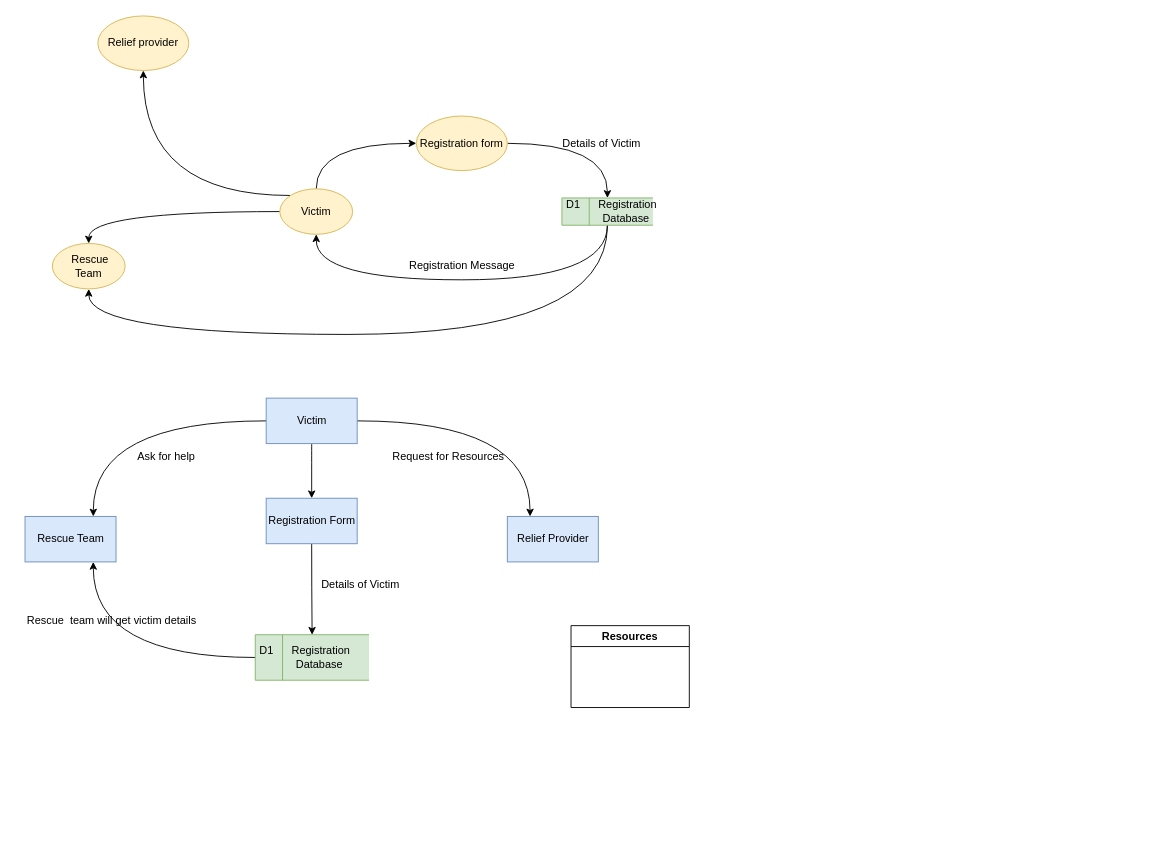
Before: Untitled Diagram.drawio in ShubhamJejurkar98/Repository1, a draw.io diagram. Source tidied: cells renumbered, new cells numbered last; positions are measured from the earlier drawing's top-left corner, leaving out a move shared by most shapes. Both pictures are drawn from the tidied source at 91%, with x=0, y=0 at pixel (15, 15).
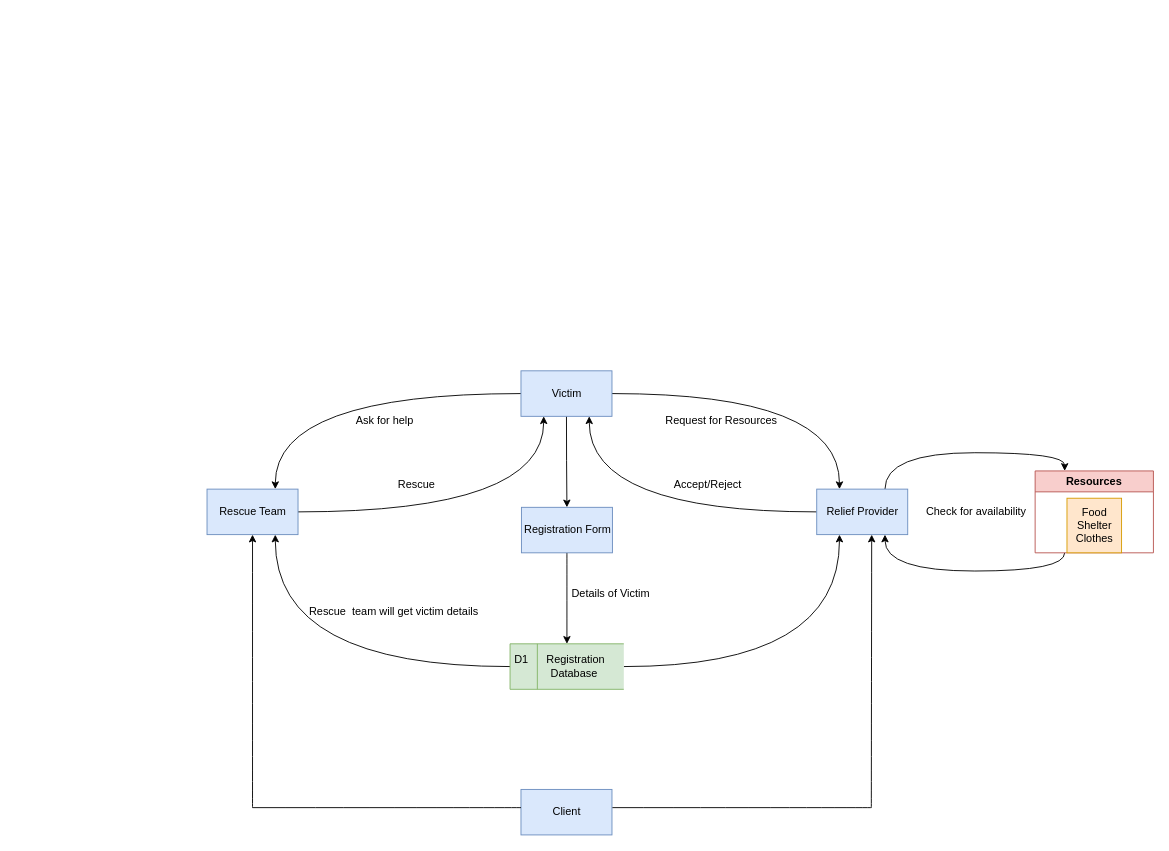
The same page after the edit.

Diff of the diagram source:
```diff
@@
-    <mxCell id="2" style="edgeStyle=orthogonalEdgeStyle;curved=1;rounded=0;jettySize=auto;html=1;exitX=0.5;exitY=0;exitDx=0;exitDy=0;entryX=0;entryY=0.5;entryDx=0;entryDy=0;" parent="1" edge="1" source="5" target="10">
-      <mxGeometry relative="1" as="geometry" />
-    </mxCell>
-    <mxCell id="3" style="edgeStyle=orthogonalEdgeStyle;curved=1;rounded=0;jettySize=auto;html=1;entryX=0.5;entryY=0;entryDx=0;entryDy=0;" parent="1" edge="1" source="5" target="13">
-      <mxGeometry relative="1" as="geometry" />
-    </mxCell>
-    <mxCell id="4" style="edgeStyle=orthogonalEdgeStyle;curved=1;rounded=0;jettySize=auto;html=1;exitX=0;exitY=0;exitDx=0;exitDy=0;entryX=1;entryY=0.5;entryDx=0;entryDy=0;" parent="1" edge="1" source="5">
-      <mxGeometry relative="1" as="geometry">
-        <mxPoint x="140" y="60" as="targetPoint" />
-      </mxGeometry>
-    </mxCell>
-    <mxCell id="5" value="Victim" style="ellipse;whiteSpace=wrap;html=1;fillColor=#fff2cc;strokeColor=#d6b656;" parent="1" vertex="1">
-      <mxGeometry x="290" y="190" width="80" height="50" as="geometry" />
-    </mxCell>
-    <mxCell id="6" style="edgeStyle=orthogonalEdgeStyle;curved=1;rounded=0;jettySize=auto;html=1;exitX=0.5;exitY=1;exitDx=0;exitDy=0;entryX=0.5;entryY=1;entryDx=0;entryDy=0;" parent="1" edge="1" source="8" target="5">
-      <mxGeometry relative="1" as="geometry">
-        <Array as="points">
-          <mxPoint x="650" y="290" />
-          <mxPoint x="330" y="290" />
-        </Array>
-      </mxGeometry>
-    </mxCell>
-    <mxCell id="7" style="edgeStyle=orthogonalEdgeStyle;curved=1;rounded=0;jettySize=auto;html=1;entryX=0.5;entryY=1;entryDx=0;entryDy=0;" parent="1" edge="1" target="13">
-      <mxGeometry relative="1" as="geometry">
-        <mxPoint x="650" y="230" as="sourcePoint" />
-        <Array as="points">
-          <mxPoint x="650" y="350" />
-          <mxPoint x="80" y="350" />
-        </Array>
-      </mxGeometry>
-    </mxCell>
-    <mxCell id="8" value="D1&amp;nbsp; &amp;nbsp; &amp;nbsp; Registration&lt;br&gt;&amp;nbsp; &amp;nbsp; &amp;nbsp; &amp;nbsp; &amp;nbsp; &amp;nbsp; Database" style="html=1;dashed=0;whitespace=wrap;shape=mxgraph.dfd.dataStoreID;align=left;spacingLeft=3;points=[[0,0],[0.5,0],[1,0],[0,0.5],[1,0.5],[0,1],[0.5,1],[1,1]];fillColor=#d5e8d4;strokeColor=#82b366;" parent="1" vertex="1">
-      <mxGeometry x="600" y="200" width="100" height="30" as="geometry" />
-    </mxCell>
-    <mxCell id="9" style="edgeStyle=orthogonalEdgeStyle;curved=1;rounded=0;jettySize=auto;html=1;exitX=1;exitY=0.5;exitDx=0;exitDy=0;entryX=0.5;entryY=0;entryDx=0;entryDy=0;" parent="1" edge="1" source="10" target="8">
-      <mxGeometry relative="1" as="geometry" />
-    </mxCell>
-    <mxCell id="10" value="Registration form" style="ellipse;whiteSpace=wrap;html=1;fillColor=#fff2cc;strokeColor=#d6b656;" parent="1" vertex="1">
-      <mxGeometry x="440" y="110" width="100" height="60" as="geometry" />
-    </mxCell>
-    <mxCell id="11" value="Details of Victim&amp;nbsp;" style="text;html=1;align=center;verticalAlign=middle;fillColor=none;strokeColor=none;rounded=0;" parent="1" vertex="1">
-      <mxGeometry x="590" y="125" width="110" height="30" as="geometry" />
-    </mxCell>
-    <mxCell id="12" value="Registration Message" style="text;html=1;align=center;verticalAlign=middle;fillColor=none;strokeColor=none;rounded=0;" parent="1" vertex="1">
-      <mxGeometry x="420" y="260" width="140" height="30" as="geometry" />
-    </mxCell>
-    <mxCell id="13" value="&amp;nbsp; Rescue&amp;nbsp; &lt;br&gt;Team" style="ellipse;whiteSpace=wrap;html=1;fillColor=#fff2cc;strokeColor=#d6b656;" parent="1" vertex="1">
-      <mxGeometry x="40" y="250" width="80" height="50" as="geometry" />
-    </mxCell>
     <mxCell id="14" value="Ask for help" style="text;html=1;align=center;verticalAlign=middle;fillColor=none;strokeColor=none;rounded=0;" parent="1" vertex="1">
-      <mxGeometry x="120" y="470" width="90" height="30" as="geometry" />
+      <mxGeometry x="360" y="430" width="90" height="30" as="geometry" />
     </mxCell>
     <mxCell id="15" value="Rescue&amp;nbsp; team will get victim details" style="text;html=1;align=center;verticalAlign=middle;fillColor=none;strokeColor=none;rounded=0;" parent="1" vertex="1">
-      <mxGeometry y="650" width="210" height="30" as="geometry" />
+      <mxGeometry x="310" y="640" width="210" height="30" as="geometry" />
     </mxCell>
     <mxCell id="16" value="Request for Resources" style="text;html=1;align=center;verticalAlign=middle;fillColor=none;strokeColor=none;rounded=0;" parent="1" vertex="1">
-      <mxGeometry x="400" y="470" width="150" height="30" as="geometry" />
+      <mxGeometry x="700" y="430" width="150" height="30" as="geometry" />
     </mxCell>
-    <mxCell id="17" value="Relief provider" style="ellipse;whiteSpace=wrap;html=1;fillColor=#fff2cc;strokeColor=#d6b656;" parent="1" vertex="1">
-      <mxGeometry x="90" width="100" height="60" as="geometry" />
-    </mxCell>
@@
     <mxCell id="21" value="Victim" style="html=1;dashed=0;whitespace=wrap;fillColor=#dae8fc;strokeColor=#6c8ebf;" parent="1" vertex="1">
-      <mxGeometry x="275" y="420" width="100" height="50" as="geometry" />
+      <mxGeometry x="555" y="390" width="100" height="50" as="geometry" />
     </mxCell>
@@
     <mxCell id="23" value="Registration Form" style="html=1;dashed=0;whitespace=wrap;fillColor=#dae8fc;strokeColor=#6c8ebf;" parent="1" vertex="1">
-      <mxGeometry x="275" y="530" width="100" height="50" as="geometry" />
+      <mxGeometry x="555.5" y="540" width="100" height="50" as="geometry" />
     </mxCell>
@@
+    <mxCell id="30" style="edgeStyle=orthogonalEdgeStyle;curved=1;rounded=0;jettySize=auto;html=1;exitX=1;exitY=0.5;exitDx=0;exitDy=0;entryX=0.25;entryY=1;entryDx=0;entryDy=0;" parent="1" edge="1" source="25" target="28">
+      <mxGeometry relative="1" as="geometry" />
+    </mxCell>
     <mxCell id="25" value="D1&amp;nbsp; &amp;nbsp; &amp;nbsp; Registration&lt;br&gt;&amp;nbsp; &amp;nbsp; &amp;nbsp; &amp;nbsp; &amp;nbsp; &amp;nbsp; Database" style="html=1;dashed=0;whitespace=wrap;shape=mxgraph.dfd.dataStoreID;align=left;spacingLeft=3;points=[[0,0],[0.5,0],[1,0],[0,0.5],[1,0.5],[0,1],[0.5,1],[1,1]];fillColor=#d5e8d4;strokeColor=#82b366;" parent="1" vertex="1">
-      <mxGeometry x="263" y="680" width="125" height="50" as="geometry" />
+      <mxGeometry x="543" y="690" width="125" height="50" as="geometry" />
     </mxCell>
     <mxCell id="26" value="Details of Victim&amp;nbsp;" style="text;html=1;align=center;verticalAlign=middle;fillColor=none;strokeColor=none;rounded=0;" parent="1" vertex="1">
-      <mxGeometry x="325" y="610" width="110" height="30" as="geometry" />
+      <mxGeometry x="600" y="620" width="110" height="30" as="geometry" />
     </mxCell>
+    <mxCell id="31" style="edgeStyle=orthogonalEdgeStyle;curved=1;rounded=0;jettySize=auto;html=1;exitX=1;exitY=0.5;exitDx=0;exitDy=0;entryX=0.25;entryY=1;entryDx=0;entryDy=0;" parent="1" edge="1" source="27" target="21">
+      <mxGeometry relative="1" as="geometry" />
+    </mxCell>
     <mxCell id="27" value="Rescue Team" style="html=1;dashed=0;whitespace=wrap;fillColor=#dae8fc;strokeColor=#6c8ebf;" parent="1" vertex="1">
-      <mxGeometry x="10" y="550" width="100" height="50" as="geometry" />
+      <mxGeometry x="210" y="520" width="100" height="50" as="geometry" />
     </mxCell>
+    <mxCell id="32" style="edgeStyle=orthogonalEdgeStyle;curved=1;rounded=0;jettySize=auto;html=1;entryX=0.75;entryY=1;entryDx=0;entryDy=0;" parent="1" edge="1" source="28" target="21">
+      <mxGeometry relative="1" as="geometry" />
+    </mxCell>
+    <mxCell id="33" style="edgeStyle=orthogonalEdgeStyle;curved=1;rounded=0;jettySize=auto;html=1;exitX=0.75;exitY=0;exitDx=0;exitDy=0;entryX=0.25;entryY=0;entryDx=0;entryDy=0;" parent="1" edge="1" source="28" target="29">
+      <mxGeometry relative="1" as="geometry" />
+    </mxCell>
     <mxCell id="28" value="Relief Provider" style="html=1;dashed=0;whitespace=wrap;fillColor=#dae8fc;strokeColor=#6c8ebf;" parent="1" vertex="1">
-      <mxGeometry x="540" y="550" width="100" height="50" as="geometry" />
+      <mxGeometry x="880" y="520" width="100" height="50" as="geometry" />
     </mxCell>
+    <mxCell id="34" style="edgeStyle=orthogonalEdgeStyle;curved=1;rounded=0;jettySize=auto;html=1;exitX=0.25;exitY=1;exitDx=0;exitDy=0;entryX=0.75;entryY=1;entryDx=0;entryDy=0;" parent="1" edge="1" source="29" target="28">
+      <mxGeometry relative="1" as="geometry" />
+    </mxCell>
-    <mxCell id="29" value="Resources" style="swimlane;" parent="1" vertex="1">
-      <mxGeometry x="610" y="670" width="130" height="90" as="geometry" />
+    <mxCell id="29" value="Resources" style="swimlane;fillColor=#f8cecc;strokeColor=#b85450;" parent="1" vertex="1">
+      <mxGeometry x="1120" y="500" width="130" height="90" as="geometry" />
     </mxCell>
+    <mxCell id="35" value="Food&lt;br&gt;Shelter&lt;br&gt;Clothes" style="text;html=1;align=center;verticalAlign=middle;fillColor=#ffe6cc;strokeColor=#d79b00;rounded=0;" parent="29" vertex="1">
+      <mxGeometry x="35" y="30" width="60" height="60" as="geometry" />
+    </mxCell>
+    <mxCell id="36" value="Rescue" style="text;html=1;align=center;verticalAlign=middle;fillColor=none;strokeColor=none;rounded=0;" parent="1" vertex="1">
+      <mxGeometry x="410" y="500" width="60" height="30" as="geometry" />
+    </mxCell>
+    <mxCell id="37" value="Check for availability" style="text;html=1;align=center;verticalAlign=middle;fillColor=none;strokeColor=none;rounded=0;" parent="1" vertex="1">
+      <mxGeometry x="990" y="530" width="130" height="30" as="geometry" />
+    </mxCell>
+    <mxCell id="38" value="Accept/Reject&lt;br&gt;" style="text;html=1;align=center;verticalAlign=middle;fillColor=none;strokeColor=none;rounded=0;" parent="1" vertex="1">
+      <mxGeometry x="710" y="500" width="100" height="30" as="geometry" />
+    </mxCell>
+    <mxCell id="39" value="Client" style="html=1;dashed=0;whitespace=wrap;fillColor=#dae8fc;strokeColor=#6c8ebf;" parent="1" vertex="1">
+      <mxGeometry x="555" y="850" width="100" height="50" as="geometry" />
+    </mxCell>
+    <mxCell id="40" style="endArrow=none;html=1;rounded=0;curved=1;" parent="1" edge="1">
+      <mxGeometry relative="1" as="geometry">
+        <mxPoint x="555" y="870" as="sourcePoint" />
+        <mxPoint x="260" y="870" as="targetPoint" />
+      </mxGeometry>
+    </mxCell>
+    <mxCell id="41" style="endArrow=none;html=1;rounded=0;curved=1;" parent="1" edge="1">
+      <mxGeometry relative="1" as="geometry">
+        <mxPoint x="940" y="870" as="sourcePoint" />
+        <mxPoint x="655.5" y="870" as="targetPoint" />
+      </mxGeometry>
+    </mxCell>
+    <mxCell id="42" style="endArrow=classic;html=1;rounded=0;curved=1;entryX=0.5;entryY=1;entryDx=0;entryDy=0;" parent="1" edge="1" target="27">
+      <mxGeometry relative="1" as="geometry">
+        <mxPoint x="260" y="870" as="sourcePoint" />
+      </mxGeometry>
+    </mxCell>
+    <mxCell id="43" style="endArrow=classic;html=1;rounded=0;curved=1;entryX=0.604;entryY=1;entryDx=0;entryDy=0;entryPerimeter=0;" parent="1" edge="1" target="28">
+      <mxGeometry relative="1" as="geometry">
+        <mxPoint x="940" y="870" as="sourcePoint" />
+      </mxGeometry>
+    </mxCell>
```
